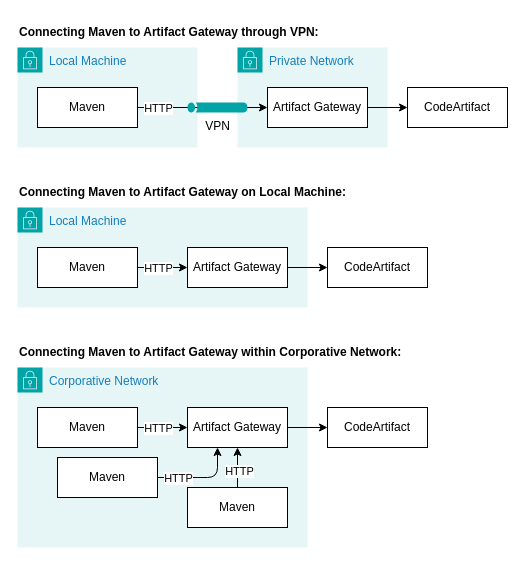
Above: .doc/artifact-mirror-network.drawio in serhii-yatskovskyi/artifact-mirror (draw.io), before the change. Source tidied: cells renumbered, new cells numbered last; positions are measured from the earlier drawing's top-left corner, leaving out a move shared by most shapes. Both pictures are drawn from the tidied source at 100%, with x=0, y=0 at pixel (17, 17).
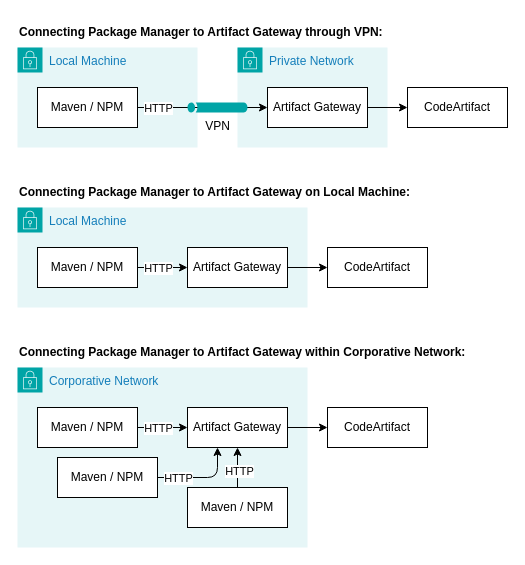
The same diagram, later.

Unchanged cells that the change refers to:
```xml
<mxCell id="8" value="Corporative Network" style="gradientColor=none;html=1;whiteSpace=wrap;fontSize=12;fontStyle=0;shape=mxgraph.aws4.group;grIcon=mxgraph.aws4.group_security_group;grStroke=0;strokeColor=#00A4A6;fillColor=#E6F6F7;verticalAlign=top;align=left;spacingLeft=30;fontColor=#147EBA;dashed=0;" parent="1" vertex="1">
  <mxGeometry y="350" width="290" height="180" as="geometry" />
</mxCell>
```

Change to the diagram source:
```diff
@@
-    <mxCell id="12" value="Maven" style="rounded=0;whiteSpace=wrap;html=1;" parent="8" vertex="1">
+    <mxCell id="12" value="Maven / NPM" style="rounded=0;whiteSpace=wrap;html=1;" parent="8" vertex="1">
       <mxGeometry x="20" y="40" width="100" height="40" as="geometry" />
     </mxCell>
@@
-    <mxCell id="17" value="Maven" style="rounded=0;whiteSpace=wrap;html=1;" parent="8" vertex="1">
+    <mxCell id="17" value="Maven / NPM" style="rounded=0;whiteSpace=wrap;html=1;" parent="8" vertex="1">
       <mxGeometry x="40" y="90" width="100" height="40" as="geometry" />
     </mxCell>
@@
-    <mxCell id="20" value="Maven" style="rounded=0;whiteSpace=wrap;html=1;" parent="8" vertex="1">
+    <mxCell id="20" value="Maven / NPM" style="rounded=0;whiteSpace=wrap;html=1;" parent="8" vertex="1">
       <mxGeometry x="170" y="120" width="100" height="40" as="geometry" />
     </mxCell>
-    <mxCell id="21" value="Connecting Maven to Artifact Gateway through VPN:" style="text;html=1;align=left;verticalAlign=middle;whiteSpace=wrap;rounded=0;fontStyle=1;" parent="1" vertex="1">
+    <mxCell id="21" value="Connecting Package Manager to Artifact Gateway through VPN:" style="text;html=1;align=left;verticalAlign=middle;whiteSpace=wrap;rounded=0;fontStyle=1;" parent="1" vertex="1">
       <mxGeometry width="430" height="30" as="geometry" />
     </mxCell>
-    <mxCell id="22" value="Connecting Maven to Artifact Gateway on Local Machine:" style="text;html=1;align=left;verticalAlign=middle;whiteSpace=wrap;rounded=0;fontStyle=1;" parent="1" vertex="1">
+    <mxCell id="22" value="Connecting Package Manager to Artifact Gateway on Local Machine:" style="text;html=1;align=left;verticalAlign=middle;whiteSpace=wrap;rounded=0;fontStyle=1;" parent="1" vertex="1">
       <mxGeometry y="160" width="430" height="30" as="geometry" />
     </mxCell>
-    <mxCell id="23" value="Connecting Maven to Artifact Gateway within Corporative Network:" style="text;html=1;align=left;verticalAlign=middle;whiteSpace=wrap;rounded=0;fontStyle=1;" parent="1" vertex="1">
-      <mxGeometry y="320" width="430" height="30" as="geometry" />
+    <mxCell id="23" value="Connecting Package Manager to Artifact Gateway within Corporative Network:" style="text;html=1;align=left;verticalAlign=middle;whiteSpace=wrap;rounded=0;fontStyle=1;" parent="1" vertex="1">
+      <mxGeometry y="320" width="470" height="30" as="geometry" />
     </mxCell>
-    <mxCell id="24" value="Maven" style="rounded=0;whiteSpace=wrap;html=1;" parent="1" vertex="1">
+    <mxCell id="24" value="Maven / NPM" style="rounded=0;whiteSpace=wrap;html=1;" parent="1" vertex="1">
       <mxGeometry x="20" y="70" width="100" height="40" as="geometry" />
     </mxCell>
@@
-    <mxCell id="28" value="Maven" style="rounded=0;whiteSpace=wrap;html=1;" parent="1" vertex="1">
+    <mxCell id="28" value="Maven / NPM" style="rounded=0;whiteSpace=wrap;html=1;" parent="1" vertex="1">
       <mxGeometry x="20" y="230" width="100" height="40" as="geometry" />
     </mxCell>
```
